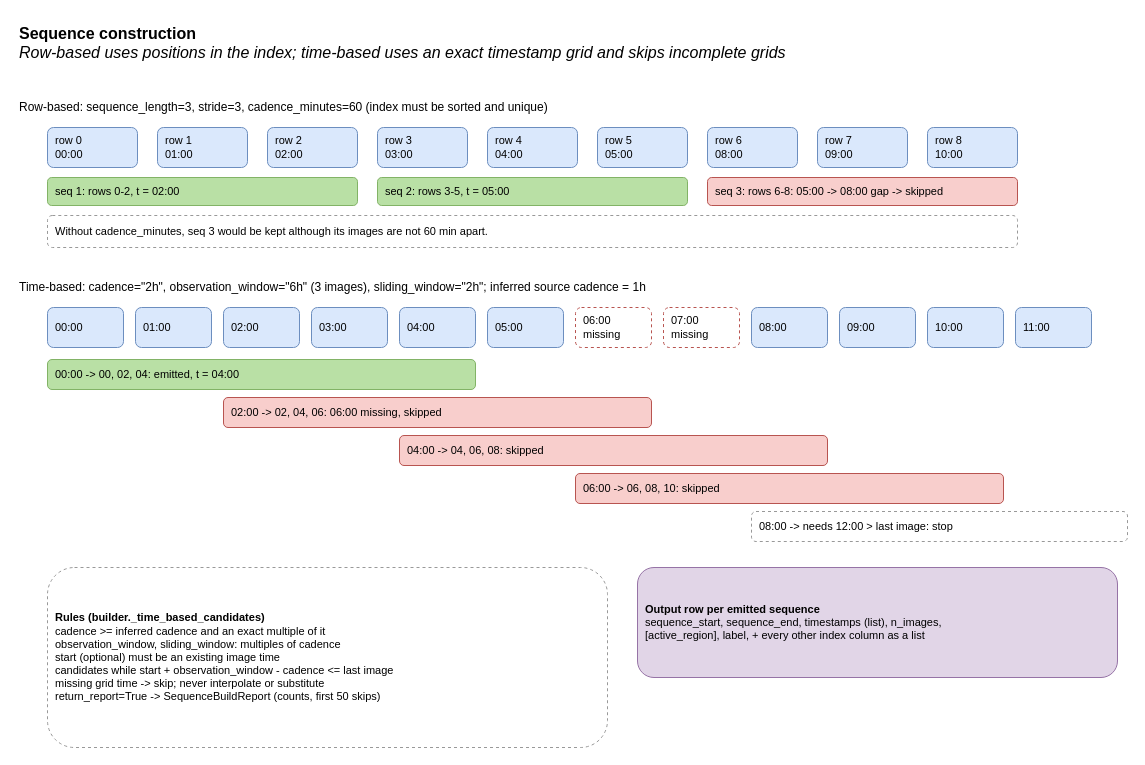
Before: page "4 Sequences" (4 of 6) of docs/architecture/flare_indexer_architecture.drawio in assemkdv/solix, a draw.io diagram. Source tidied: cells renumbered, new cells numbered last; positions are measured from the earlier drawing's top-left corner, leaving out a move shared by most shapes. Both pictures are drawn from the tidied source at 100%, with x=0, y=0 at pixel (17, 17).
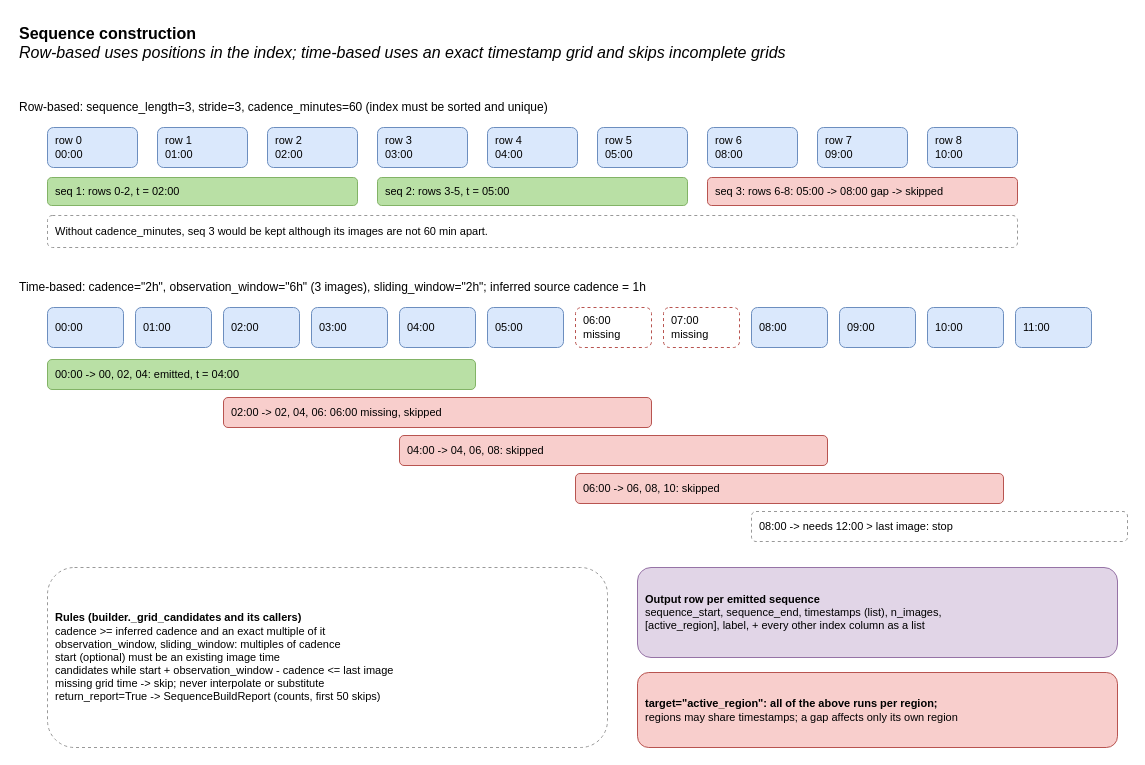
After the change.

What changed in the source:
```diff
@@
-    <mxCell id="35" value="&lt;b&gt;Rules (builder._time_based_candidates)&lt;/b&gt;&lt;br&gt;cadence &amp;gt;= inferred cadence and an exact multiple of it&lt;br&gt;observation_window, sliding_window: multiples of cadence&lt;br&gt;start (optional) must be an existing image time&lt;br&gt;candidates while start + observation_window - cadence &amp;lt;= last image&lt;br&gt;missing grid time -&amp;gt; skip; never interpolate or substitute&lt;br&gt;return_report=True -&amp;gt; SequenceBuildReport (counts, first 50 skips)" style="rounded=1;whiteSpace=wrap;html=1;fillColor=#ffffff;strokeColor=#999999;fontSize=11;align=left;spacingLeft=6;dashed=1;" parent="1" vertex="1">
+    <mxCell id="35" value="&lt;b&gt;Rules (builder._grid_candidates and its callers)&lt;/b&gt;&lt;br&gt;cadence &amp;gt;= inferred cadence and an exact multiple of it&lt;br&gt;observation_window, sliding_window: multiples of cadence&lt;br&gt;start (optional) must be an existing image time&lt;br&gt;candidates while start + observation_window - cadence &amp;lt;= last image&lt;br&gt;missing grid time -&amp;gt; skip; never interpolate or substitute&lt;br&gt;return_report=True -&amp;gt; SequenceBuildReport (counts, first 50 skips)" style="rounded=1;whiteSpace=wrap;html=1;fillColor=#ffffff;strokeColor=#999999;fontSize=11;align=left;spacingLeft=6;dashed=1;" parent="1" vertex="1">
       <mxGeometry x="30" y="550" width="560" height="180" as="geometry" />
     </mxCell>
     <mxCell id="36" value="&lt;b&gt;Output row per emitted sequence&lt;/b&gt;&lt;br&gt;sequence_start, sequence_end, timestamps (list), n_images,&lt;br&gt;[active_region], label, + every other index column as a list" style="rounded=1;whiteSpace=wrap;html=1;fillColor=#e1d5e7;strokeColor=#9673a6;fontSize=11;align=left;spacingLeft=6;" parent="1" vertex="1">
-      <mxGeometry x="620" y="550" width="480" height="110" as="geometry" />
+      <mxGeometry x="620" y="550" width="480" height="90" as="geometry" />
     </mxCell>
+    <mxCell id="37" value="&lt;b&gt;target=&quot;active_region&quot;: all of the above runs per region;&lt;/b&gt;&lt;br&gt;regions may share timestamps; a gap affects only its own region" style="rounded=1;whiteSpace=wrap;html=1;fillColor=#f8cecc;strokeColor=#b85450;fontSize=11;align=left;spacingLeft=6;" parent="1" vertex="1">
+      <mxGeometry x="620" y="655" width="480" height="75" as="geometry" />
+    </mxCell>
```
